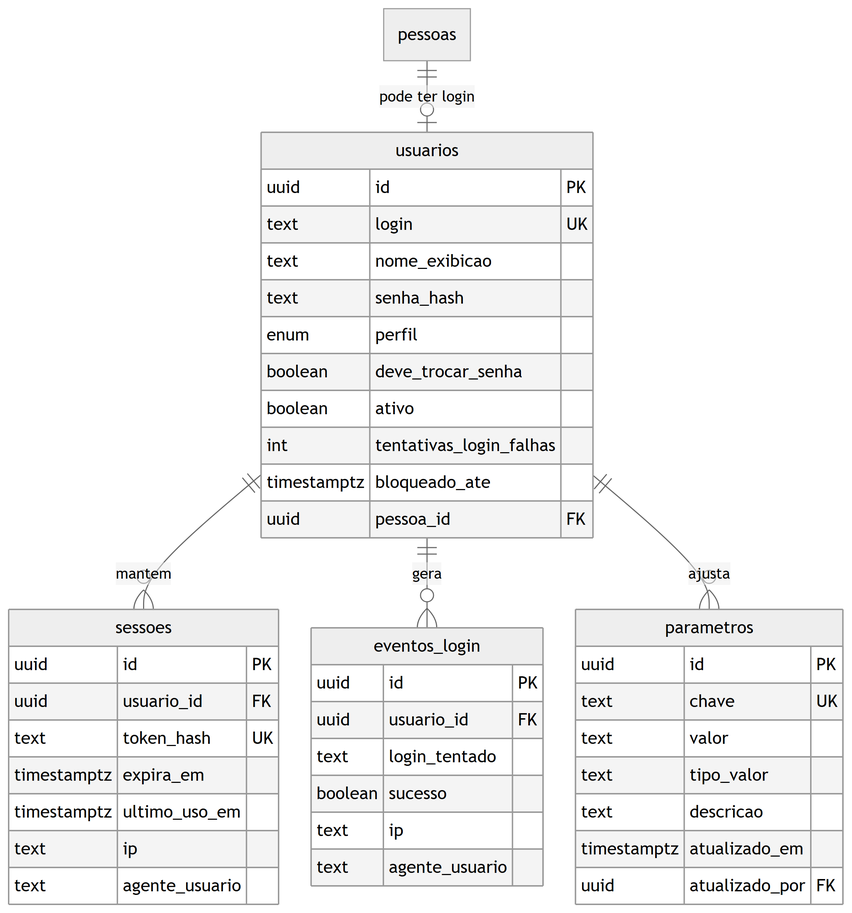
This is docs/engenharia/modelo-dados-pt/img/fig08-acesso.png from JoaoMudar/tcc, a Mermaid export, as it was before one commit. Its source is kept beside it as docs/engenharia/modelo-dados-pt/mmd/fig08-acesso.mmd.
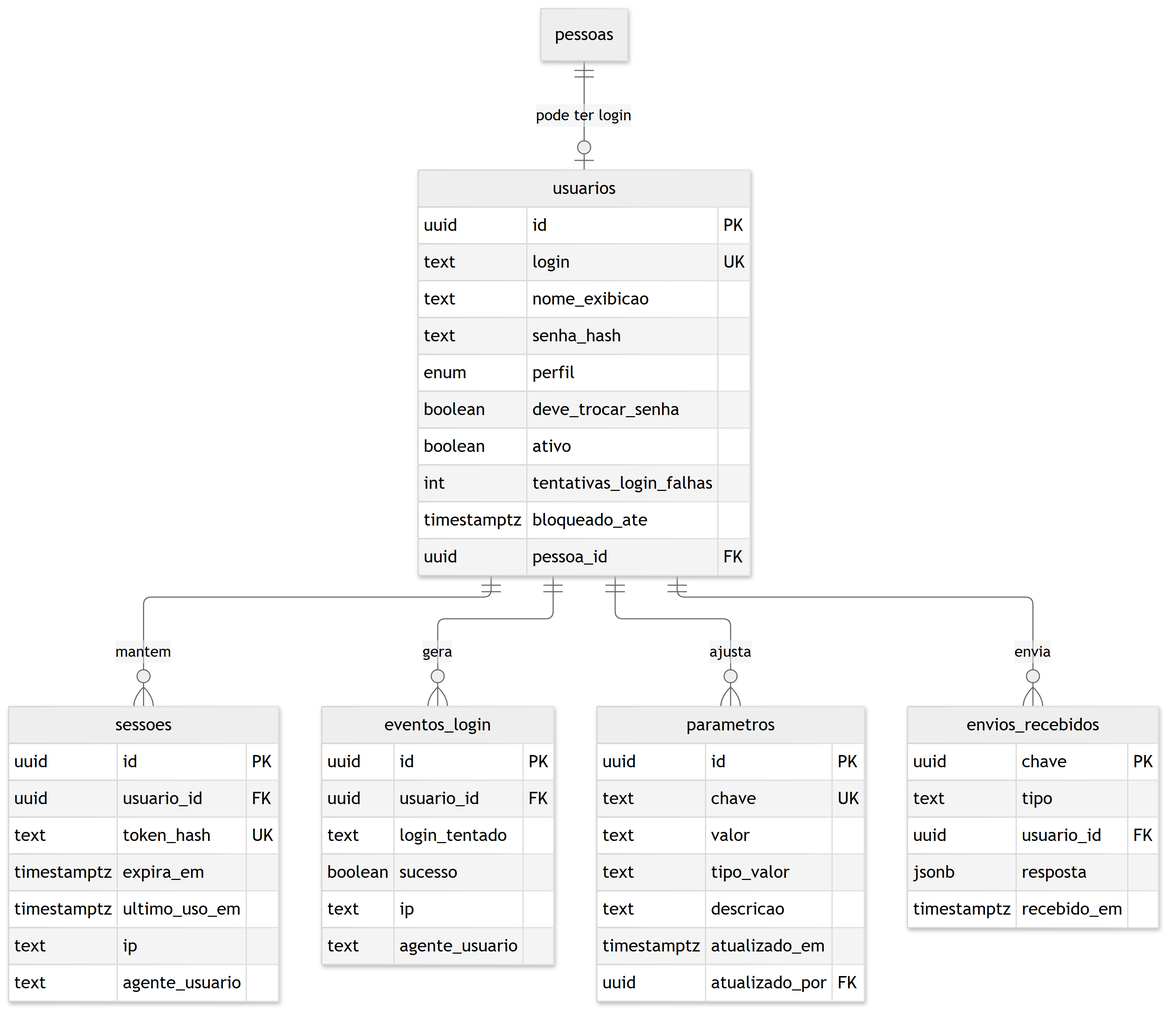
The same diagram one commit later.

Commit message:
docs(pwa): envios_recebidos no modelo, controle do A-08 e Fase 9 marcada

What changed in the source:
```diff
@@ -37,9 +37,17 @@
     timestamptz atualizado_em
     uuid atualizado_por FK
   }
+  envios_recebidos {
+    uuid chave PK
+    text tipo
+    uuid usuario_id FK
+    jsonb resposta
+    timestamptz recebido_em
+  }
   pessoas {}
 
   usuarios ||--o{ sessoes       : "mantem"
   usuarios ||--o{ eventos_login : "gera"
   usuarios ||--o{ parametros    : "ajusta"
+  usuarios ||--o{ envios_recebidos : "envia"
   pessoas  ||--o| usuarios      : "pode ter login"
```
